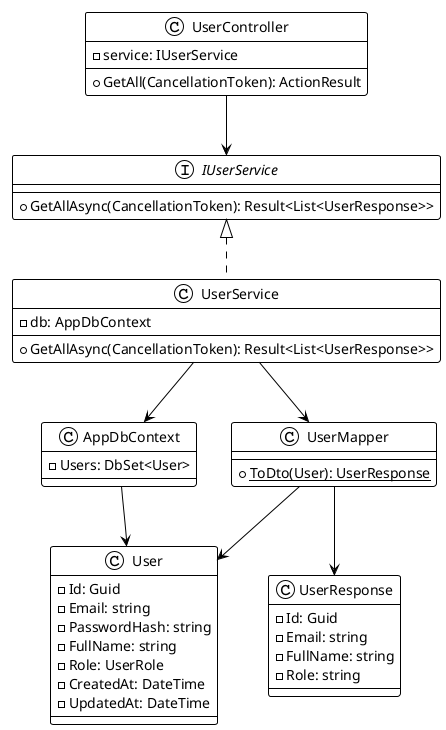
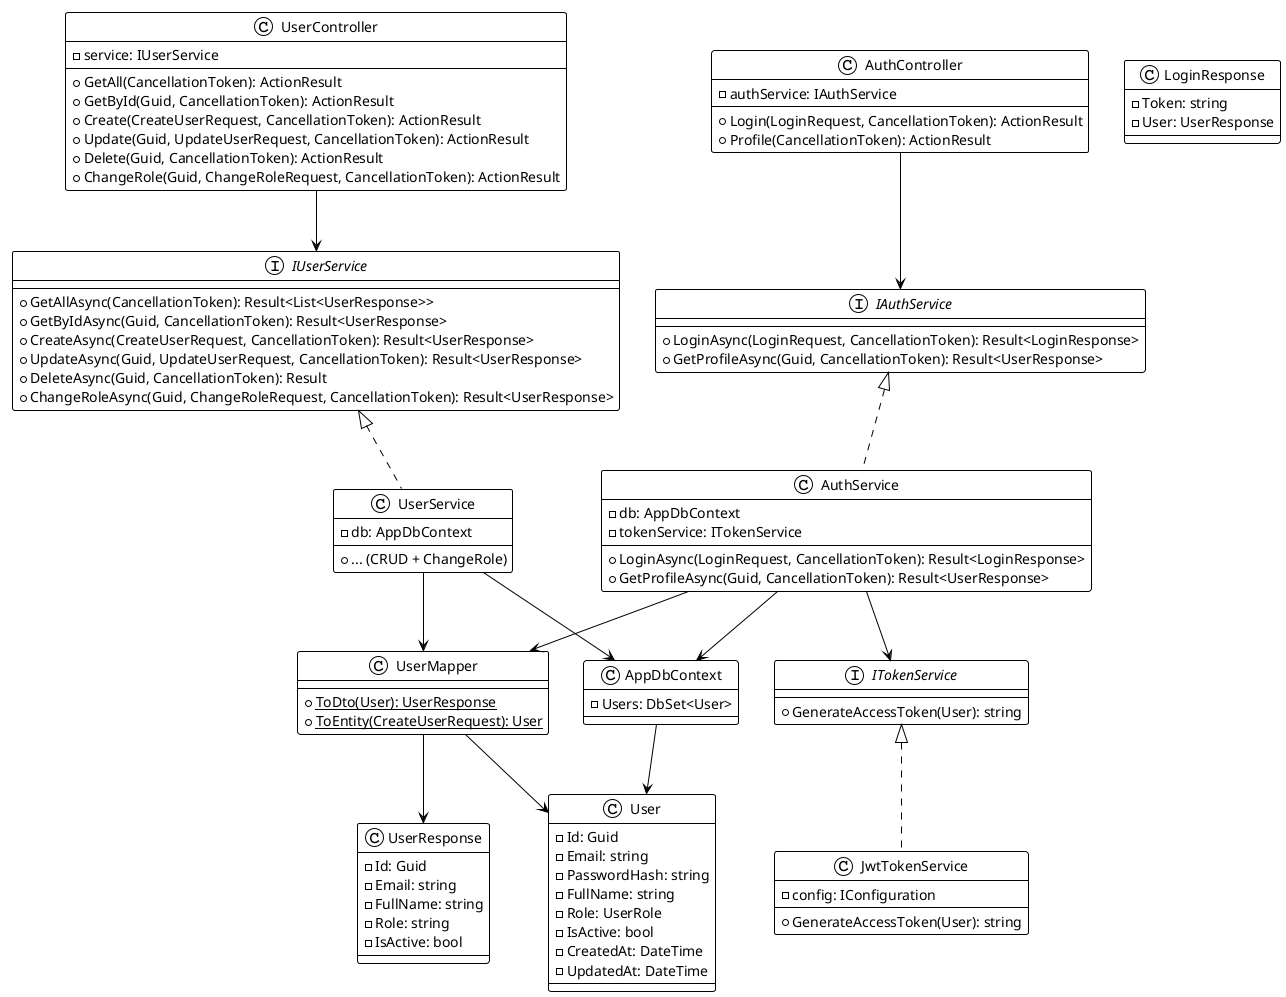
@startuml
!theme plain

interface IUserService {
  + GetAllAsync(CancellationToken): Result<List<UserResponse>>
+   + GetByIdAsync(Guid, CancellationToken): Result<UserResponse>
+   + CreateAsync(CreateUserRequest, CancellationToken): Result<UserResponse>
+   + UpdateAsync(Guid, UpdateUserRequest, CancellationToken): Result<UserResponse>
+   + DeleteAsync(Guid, CancellationToken): Result
+   + ChangeRoleAsync(Guid, ChangeRoleRequest, CancellationToken): Result<UserResponse>
}

class UserService {
  - db: AppDbContext
-   + GetAllAsync(CancellationToken): Result<List<UserResponse>>
+   + ... (CRUD + ChangeRole)
+ }
+ 
+ interface IAuthService {
+   + LoginAsync(LoginRequest, CancellationToken): Result<LoginResponse>
+   + GetProfileAsync(Guid, CancellationToken): Result<UserResponse>
+ }
+ 
+ class AuthService {
+   - db: AppDbContext
+   - tokenService: ITokenService
+   + LoginAsync(LoginRequest, CancellationToken): Result<LoginResponse>
+   + GetProfileAsync(Guid, CancellationToken): Result<UserResponse>
+ }
+ 
+ interface ITokenService {
+   + GenerateAccessToken(User): string
+ }
+ 
+ class JwtTokenService {
+   - config: IConfiguration
+   + GenerateAccessToken(User): string
+ }
+ 
+ class AuthController {
+   - authService: IAuthService
+   + Login(LoginRequest, CancellationToken): ActionResult
+   + Profile(CancellationToken): ActionResult
}

class UserController {
  - service: IUserService
  + GetAll(CancellationToken): ActionResult
+   + GetById(Guid, CancellationToken): ActionResult
+   + Create(CreateUserRequest, CancellationToken): ActionResult
+   + Update(Guid, UpdateUserRequest, CancellationToken): ActionResult
+   + Delete(Guid, CancellationToken): ActionResult
+   + ChangeRole(Guid, ChangeRoleRequest, CancellationToken): ActionResult
}

class User {
  - Id: Guid
  - Email: string
  - PasswordHash: string
  - FullName: string
  - Role: UserRole
+   - IsActive: bool
  - CreatedAt: DateTime
  - UpdatedAt: DateTime
}

class UserResponse {
  - Id: Guid
  - Email: string
  - FullName: string
  - Role: string
+   - IsActive: bool
+ }
+ 
+ class LoginResponse {
+   - Token: string
+   - User: UserResponse
}

class UserMapper {
  + {static} ToDto(User): UserResponse
+   + {static} ToEntity(CreateUserRequest): User
}

class AppDbContext {
  - Users: DbSet<User>
}

IUserService <|.. UserService
+ IAuthService <|.. AuthService
+ ITokenService <|.. JwtTokenService
UserController --> IUserService
+ AuthController --> IAuthService
+ AuthService --> ITokenService
UserService --> AppDbContext
+ AuthService --> AppDbContext
UserService --> UserMapper
+ AuthService --> UserMapper
UserMapper --> UserResponse
UserMapper --> User
AppDbContext --> User
@enduml
